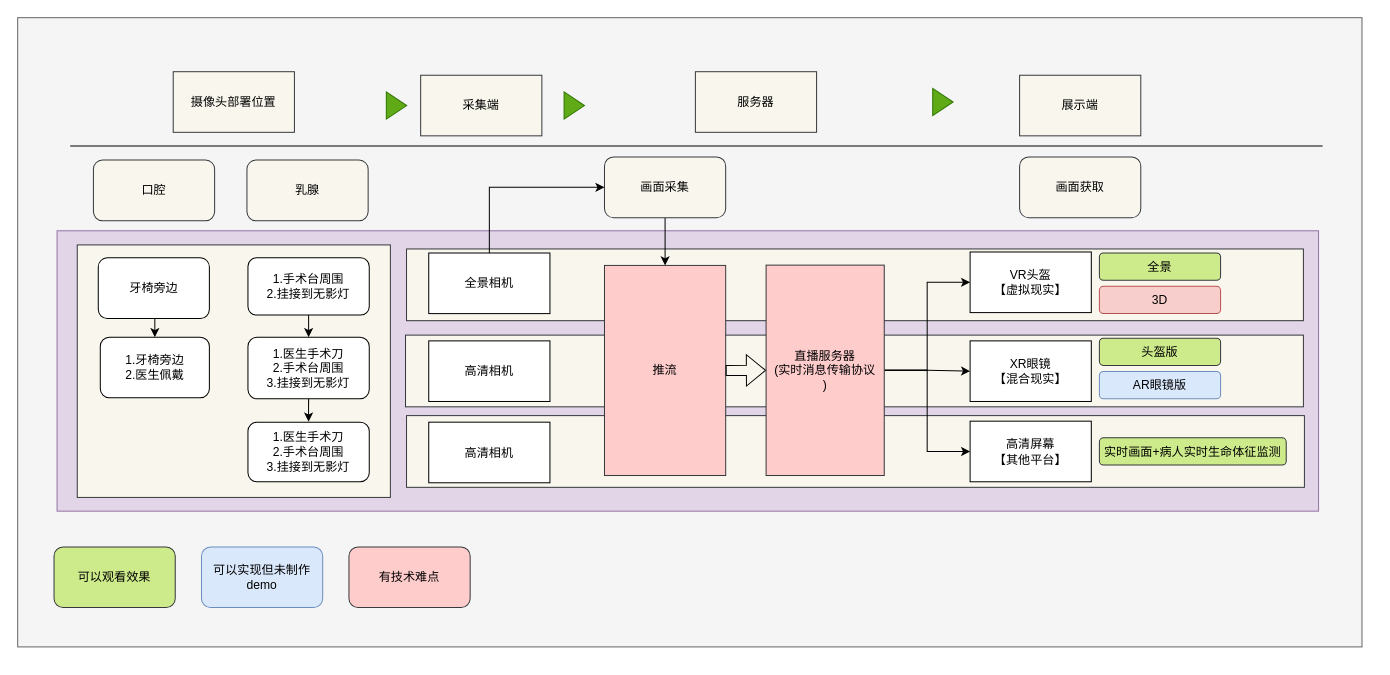
Before: 未命名绘图.drawio in 15140252710/OneGithubProject, a draw.io diagram. Source tidied: cells renumbered, new cells numbered last; positions are measured from the earlier drawing's top-left corner, leaving out a move shared by most shapes. Both pictures are drawn from the tidied source at 101%, with x=0, y=0 at pixel (17, 17).
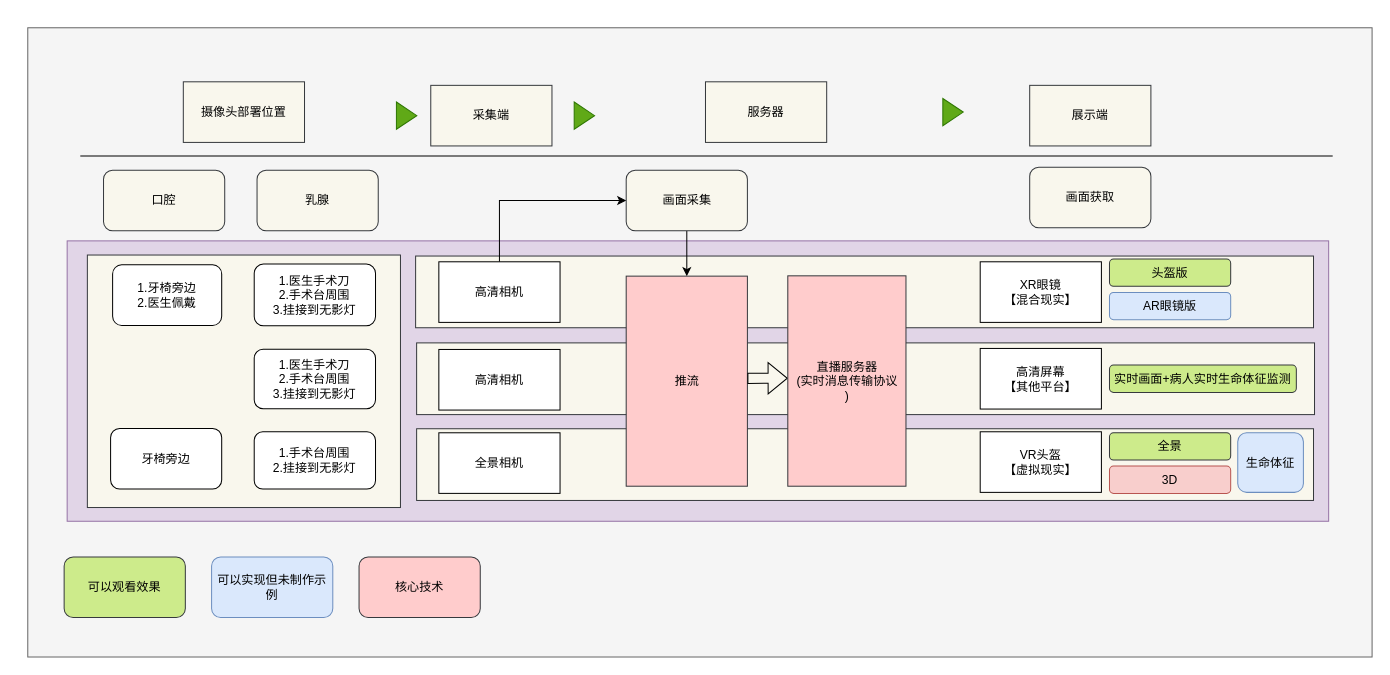
Above is the later version.

Commit message:
更新未命名绘图.drawio

Change to the diagram source:
```diff
@@
-    <mxCell id="2" style="whiteSpace=wrap;html=1;fillColor=#f5f5f5;strokeColor=#666666;fontColor=#333333;" parent="1" vertex="1">
-      <mxGeometry width="1331" height="623" as="geometry" />
-    </mxCell>
+    <mxCell id="50" style="whiteSpace=wrap;html=1;fillColor=#f5f5f5;strokeColor=#666666;fontColor=#333333;" parent="1" vertex="1">
+      <mxGeometry x="10" y="10" width="1331" height="623" as="geometry" />
+    </mxCell>
     <mxCell id="3" value="采集端" style="rounded=0;whiteSpace=wrap;html=1;fillColor=#f9f7ed;strokeColor=#36393d;" parent="1" vertex="1">
-      <mxGeometry x="399" y="57" width="120" height="60" as="geometry" />
+      <mxGeometry x="409" y="67" width="120" height="60" as="geometry" />
     </mxCell>
     <mxCell id="4" value="服务器" style="rounded=0;whiteSpace=wrap;html=1;fillColor=#f9f7ed;strokeColor=#36393d;" parent="1" vertex="1">
-      <mxGeometry x="671" y="53.5" width="120" height="60" as="geometry" />
+      <mxGeometry x="681" y="63.5" width="120" height="60" as="geometry" />
     </mxCell>
     <mxCell id="5" value="展示端" style="rounded=0;whiteSpace=wrap;html=1;fillColor=#f9f7ed;strokeColor=#36393d;" parent="1" vertex="1">
-      <mxGeometry x="992" y="57" width="120" height="60" as="geometry" />
+      <mxGeometry x="1002" y="67" width="120" height="60" as="geometry" />
     </mxCell>
     <mxCell id="6" value="摄像头部署位置" style="rounded=0;whiteSpace=wrap;html=1;fillColor=#f9f7ed;strokeColor=#36393d;" parent="1" vertex="1">
-      <mxGeometry x="154" y="53.5" width="120" height="60" as="geometry" />
+      <mxGeometry x="164" y="63.5" width="120" height="60" as="geometry" />
     </mxCell>
-    <mxCell id="7" style="rounded=0;whiteSpace=wrap;html=1;fillColor=#e1d5e7;strokeColor=#9673a6;" parent="1" vertex="1">
-      <mxGeometry x="39" y="211" width="1249" height="277.6" as="geometry" />
-    </mxCell>
-    <mxCell id="8" style="rounded=0;whiteSpace=wrap;html=1;fillColor=#f9f7ed;strokeColor=#36393d;" parent="1" vertex="1">
-      <mxGeometry x="385" y="394" width="889" height="71" as="geometry" />
-    </mxCell>
-    <mxCell id="9" style="rounded=0;whiteSpace=wrap;html=1;shadow=0;fillColor=#f9f7ed;strokeColor=#36393d;" parent="1" vertex="1">
-      <mxGeometry x="384" y="314.3" width="889" height="71" as="geometry" />
-    </mxCell>
-    <mxCell id="10" style="rounded=0;whiteSpace=wrap;html=1;fillColor=#f9f7ed;strokeColor=#36393d;" parent="1" vertex="1">
-      <mxGeometry x="385" y="229" width="888" height="71" as="geometry" />
-    </mxCell>
+    <mxCell id="51" style="rounded=0;whiteSpace=wrap;html=1;fillColor=#e1d5e7;strokeColor=#9673a6;" parent="1" vertex="1">
+      <mxGeometry x="49" y="221" width="1249" height="277.6" as="geometry" />
+    </mxCell>
+    <mxCell id="52" style="rounded=0;whiteSpace=wrap;html=1;fillColor=#f9f7ed;strokeColor=#36393d;" parent="1" vertex="1">
+      <mxGeometry x="395" y="322" width="889" height="71" as="geometry" />
+    </mxCell>
+    <mxCell id="53" style="rounded=0;whiteSpace=wrap;html=1;shadow=0;fillColor=#f9f7ed;strokeColor=#36393d;" parent="1" vertex="1">
+      <mxGeometry x="394" y="236" width="889" height="71" as="geometry" />
+    </mxCell>
+    <mxCell id="54" style="rounded=0;whiteSpace=wrap;html=1;fillColor=#f9f7ed;strokeColor=#36393d;" parent="1" vertex="1">
+      <mxGeometry x="395" y="407" width="888" height="71" as="geometry" />
+    </mxCell>
@@
     <mxCell id="12" value="画面采集" style="rounded=1;whiteSpace=wrap;html=1;fillColor=#f9f7ed;strokeColor=#36393d;" parent="1" vertex="1">
-      <mxGeometry x="581" y="138" width="120" height="60" as="geometry" />
+      <mxGeometry x="602.5" y="151" width="120" height="60" as="geometry" />
     </mxCell>
     <mxCell id="13" value="画面获取" style="rounded=1;whiteSpace=wrap;html=1;fillColor=#f9f7ed;strokeColor=#36393d;" parent="1" vertex="1">
-      <mxGeometry x="992" y="138" width="120" height="60" as="geometry" />
+      <mxGeometry x="1002" y="148" width="120" height="60" as="geometry" />
     </mxCell>
-    <mxCell id="14" style="endArrow=none;html=1;rounded=0;" parent="1" edge="1">
-      <mxGeometry relative="1" as="geometry">
-        <mxPoint x="52" y="127" as="sourcePoint" />
-        <mxPoint x="1292" y="127" as="targetPoint" />
-      </mxGeometry>
-    </mxCell>
-    <mxCell id="15" style="triangle;whiteSpace=wrap;html=1;fillColor=#60a917;fontColor=#ffffff;strokeColor=#2D7600;" parent="1" vertex="1">
-      <mxGeometry x="541" y="73.5" width="20.2" height="27" as="geometry" />
-    </mxCell>
-    <mxCell id="16" style="triangle;whiteSpace=wrap;html=1;fillColor=#60a917;fontColor=#ffffff;strokeColor=#2D7600;" parent="1" vertex="1">
-      <mxGeometry x="906" y="70" width="20.2" height="27" as="geometry" />
-    </mxCell>
-    <mxCell id="17" style="triangle;whiteSpace=wrap;html=1;fillColor=#60a917;fontColor=#ffffff;strokeColor=#2D7600;" parent="1" vertex="1">
-      <mxGeometry x="365" y="73.5" width="20.2" height="27" as="geometry" />
-    </mxCell>
-    <mxCell id="18" style="edgeStyle=orthogonalEdgeStyle;rounded=0;jettySize=auto;html=1;exitX=0.5;exitY=0;exitDx=0;exitDy=0;entryX=0;entryY=0.5;entryDx=0;entryDy=0;" parent="1" edge="1" source="19" target="12">
-      <mxGeometry relative="1" as="geometry" />
-    </mxCell>
+    <mxCell id="55" style="endArrow=none;html=1;rounded=0;" parent="1" edge="1">
+      <mxGeometry relative="1" as="geometry">
+        <mxPoint x="62" y="137" as="sourcePoint" />
+        <mxPoint x="1302" y="137" as="targetPoint" />
+      </mxGeometry>
+    </mxCell>
+    <mxCell id="56" style="triangle;whiteSpace=wrap;html=1;fillColor=#60a917;fontColor=#ffffff;strokeColor=#2D7600;" parent="1" vertex="1">
+      <mxGeometry x="551" y="83.5" width="20.2" height="27" as="geometry" />
+    </mxCell>
+    <mxCell id="57" style="triangle;whiteSpace=wrap;html=1;fillColor=#60a917;fontColor=#ffffff;strokeColor=#2D7600;" parent="1" vertex="1">
+      <mxGeometry x="916" y="80" width="20.2" height="27" as="geometry" />
+    </mxCell>
+    <mxCell id="58" style="triangle;whiteSpace=wrap;html=1;fillColor=#60a917;fontColor=#ffffff;strokeColor=#2D7600;" parent="1" vertex="1">
+      <mxGeometry x="375" y="83.5" width="20.2" height="27" as="geometry" />
+    </mxCell>
     <mxCell id="19" value="全景相机" style="rounded=0;whiteSpace=wrap;html=1;" parent="1" vertex="1">
-      <mxGeometry x="407" y="233" width="120" height="60" as="geometry" />
+      <mxGeometry x="417" y="411" width="120" height="60" as="geometry" />
     </mxCell>
-    <mxCell id="20" value="高清相机" style="rounded=0;whiteSpace=wrap;html=1;" parent="1" vertex="1">
-      <mxGeometry x="407" y="320" width="120" height="60" as="geometry" />
-    </mxCell>
-    <mxCell id="21" value="高清相机" style="rounded=0;whiteSpace=wrap;html=1;" parent="1" vertex="1">
-      <mxGeometry x="407" y="400.5" width="120" height="60" as="geometry" />
-    </mxCell>
+    <mxCell id="59" style="edgeStyle=orthogonalEdgeStyle;rounded=0;jettySize=auto;html=1;exitX=0.5;exitY=0;exitDx=0;exitDy=0;entryX=0;entryY=0.5;entryDx=0;entryDy=0;" parent="1" edge="1" source="60" target="12">
+      <mxGeometry relative="1" as="geometry" />
+    </mxCell>
+    <mxCell id="60" value="高清相机" style="rounded=0;whiteSpace=wrap;html=1;" parent="1" vertex="1">
+      <mxGeometry x="417" y="241.7" width="120" height="60" as="geometry" />
+    </mxCell>
+    <mxCell id="61" value="高清相机" style="rounded=0;whiteSpace=wrap;html=1;" parent="1" vertex="1">
+      <mxGeometry x="417" y="328.5" width="120" height="60" as="geometry" />
+    </mxCell>
     <mxCell id="22" value="推流" style="rounded=0;whiteSpace=wrap;html=1;fillColor=#ffcccc;strokeColor=#36393d;" parent="1" vertex="1">
-      <mxGeometry x="581" y="245.3" width="120" height="208" as="geometry" />
+      <mxGeometry x="602.5" y="255.9" width="120" height="208" as="geometry" />
     </mxCell>
-    <mxCell id="23" style="shape=flexArrow;endArrow=classic;html=1;rounded=0;exitX=1;exitY=0.5;exitDx=0;exitDy=0;entryX=0;entryY=0.5;entryDx=0;entryDy=0;" parent="1" edge="1" source="22" target="47">
-      <mxGeometry relative="1" as="geometry" />
-    </mxCell>
+    <mxCell id="62" style="shape=flexArrow;endArrow=classic;html=1;rounded=0;exitX=1;exitY=0.5;exitDx=0;exitDy=0;entryX=0;entryY=0.5;entryDx=0;entryDy=0;" parent="1" edge="1">
+      <mxGeometry relative="1" as="geometry">
+        <mxPoint x="722.5" y="357.1" as="sourcePoint" />
+        <mxPoint x="762.5" y="357" as="targetPoint" />
+      </mxGeometry>
+    </mxCell>
     <mxCell id="24" value="全景" style="rounded=1;whiteSpace=wrap;html=1;fillColor=#cdeb8b;strokeColor=#36393d;" parent="1" vertex="1">
-      <mxGeometry x="1071" y="233" width="120" height="27" as="geometry" />
+      <mxGeometry x="1081" y="411" width="120" height="27" as="geometry" />
     </mxCell>
     <mxCell id="25" value="3D" style="rounded=1;whiteSpace=wrap;html=1;fillColor=#f8cecc;strokeColor=#b85450;" parent="1" vertex="1">
-      <mxGeometry x="1071" y="266" width="120" height="27" as="geometry" />
+      <mxGeometry x="1081" y="444" width="120" height="27" as="geometry" />
     </mxCell>
     <mxCell id="26" value="头盔版" style="rounded=1;whiteSpace=wrap;html=1;fillColor=#cdeb8b;strokeColor=#36393d;" parent="1" vertex="1">
-      <mxGeometry x="1071" y="317.3" width="120" height="27" as="geometry" />
+      <mxGeometry x="1081" y="239" width="120" height="27" as="geometry" />
     </mxCell>
     <mxCell id="27" value="AR眼镜版" style="rounded=1;whiteSpace=wrap;html=1;fillColor=#dae8fc;strokeColor=#6c8ebf;" parent="1" vertex="1">
-      <mxGeometry x="1071" y="350.3" width="120" height="27" as="geometry" />
+      <mxGeometry x="1081" y="272" width="120" height="27" as="geometry" />
     </mxCell>
     <mxCell id="28" value="可以观看效果" style="rounded=1;whiteSpace=wrap;html=1;fillColor=#cdeb8b;strokeColor=#36393d;" parent="1" vertex="1">
-      <mxGeometry x="36" y="524" width="120" height="60" as="geometry" />
+      <mxGeometry x="46" y="534" width="120" height="60" as="geometry" />
     </mxCell>
-    <mxCell id="29" value="可以实现但未制作demo" style="rounded=1;whiteSpace=wrap;html=1;fillColor=#dae8fc;strokeColor=#6c8ebf;" parent="1" vertex="1">
-      <mxGeometry x="182" y="524" width="120" height="60" as="geometry" />
-    </mxCell>
-    <mxCell id="30" value="有技术难点" style="rounded=1;whiteSpace=wrap;html=1;fillColor=#ffcccc;strokeColor=#36393d;" parent="1" vertex="1">
-      <mxGeometry x="328" y="524" width="120" height="60" as="geometry" />
-    </mxCell>
+    <mxCell id="63" value="可以实现但未制作示例" style="rounded=1;whiteSpace=wrap;html=1;fillColor=#dae8fc;strokeColor=#6c8ebf;" parent="1" vertex="1">
+      <mxGeometry x="192" y="534" width="120" height="60" as="geometry" />
+    </mxCell>
+    <mxCell id="64" value="核心技术" style="rounded=1;whiteSpace=wrap;html=1;fillColor=#ffcccc;strokeColor=#36393d;" parent="1" vertex="1">
+      <mxGeometry x="338" y="534" width="120" height="60" as="geometry" />
+    </mxCell>
     <mxCell id="31" value="口腔" style="rounded=1;whiteSpace=wrap;html=1;fillColor=#f9f7ed;strokeColor=#36393d;" parent="1" vertex="1">
-      <mxGeometry x="75" y="141" width="120" height="60" as="geometry" />
+      <mxGeometry x="85" y="151" width="120" height="60" as="geometry" />
     </mxCell>
     <mxCell id="32" value="乳腺" style="rounded=1;whiteSpace=wrap;html=1;fillColor=#f9f7ed;strokeColor=#36393d;" parent="1" vertex="1">
-      <mxGeometry x="227" y="141" width="120" height="60" as="geometry" />
+      <mxGeometry x="237" y="151" width="120" height="60" as="geometry" />
     </mxCell>
     <mxCell id="33" value="XR眼镜&lt;br&gt;【混合现实】" style="rounded=0;whiteSpace=wrap;html=1;" parent="1" vertex="1">
-      <mxGeometry x="943" y="320" width="120" height="60" as="geometry" />
+      <mxGeometry x="953" y="241.7" width="120" height="60" as="geometry" />
     </mxCell>
     <mxCell id="34" value="VR头盔&lt;br&gt;【虚拟现实】" style="rounded=0;whiteSpace=wrap;html=1;" parent="1" vertex="1">
-      <mxGeometry x="943" y="232" width="120" height="60" as="geometry" />
+      <mxGeometry x="953" y="410" width="120" height="60" as="geometry" />
     </mxCell>
-    <mxCell id="35" style="group;fillColor=#f9f7ed;strokeColor=#36393d;shadow=0;rounded=0;glass=0;" parent="1" vertex="1">
-      <mxGeometry x="59" y="225" width="310" height="250" as="geometry" />
-    </mxCell>
-    <mxCell id="36" style="edgeStyle=orthogonalEdgeStyle;rounded=0;jettySize=auto;html=1;exitX=0.5;exitY=1;exitDx=0;exitDy=0;entryX=0.5;entryY=0;entryDx=0;entryDy=0;" parent="35" edge="1" source="37" target="38">
-      <mxGeometry relative="1" as="geometry" />
-    </mxCell>
+    <mxCell id="65" style="group;fillColor=#f9f7ed;strokeColor=#36393d;shadow=0;rounded=0;glass=0;" parent="1" vertex="1">
+      <mxGeometry x="69" y="235" width="310" height="250" as="geometry" />
+    </mxCell>
-    <mxCell id="37" value="牙椅旁边" style="rounded=1;whiteSpace=wrap;html=1;shadow=0;" parent="35" vertex="1">
-      <mxGeometry x="20.8" y="12.8" width="110" height="60" as="geometry" />
+    <mxCell id="37" value="牙椅旁边" style="rounded=1;whiteSpace=wrap;html=1;shadow=0;" parent="65" vertex="1">
+      <mxGeometry x="23" y="171.7" width="110" height="60" as="geometry" />
     </mxCell>
-    <mxCell id="38" value="1.牙椅旁边&lt;br&gt;2.医生佩戴" style="rounded=1;whiteSpace=wrap;html=1;shadow=0;" parent="35" vertex="1">
-      <mxGeometry x="22.8" y="91.3" width="108" height="60" as="geometry" />
+    <mxCell id="38" value="1.牙椅旁边&lt;br&gt;2.医生佩戴" style="rounded=1;whiteSpace=wrap;html=1;shadow=0;" parent="65" vertex="1">
+      <mxGeometry x="25" y="9.7" width="108" height="60" as="geometry" />
     </mxCell>
-    <mxCell id="39" style="edgeStyle=orthogonalEdgeStyle;rounded=0;jettySize=auto;html=1;exitX=0.5;exitY=1;exitDx=0;exitDy=0;entryX=0.5;entryY=0;entryDx=0;entryDy=0;" parent="35" edge="1" source="40" target="42">
-      <mxGeometry relative="1" as="geometry" />
-    </mxCell>
-    <mxCell id="40" value="1.手术台周围&lt;br&gt;2.挂接到无影灯" style="rounded=1;whiteSpace=wrap;html=1;imageAspect=1;shadow=0;glass=0;" parent="35" vertex="1">
-      <mxGeometry x="169" y="12.8" width="120.1" height="56.7" as="geometry" />
+    <mxCell id="40" value="1.手术台周围&lt;br&gt;2.挂接到无影灯" style="rounded=1;whiteSpace=wrap;html=1;imageAspect=1;shadow=0;glass=0;" parent="65" vertex="1">
+      <mxGeometry x="165.2" y="175" width="120.1" height="56.7" as="geometry" />
     </mxCell>
-    <mxCell id="41" style="edgeStyle=orthogonalEdgeStyle;rounded=0;jettySize=auto;html=1;exitX=0.5;exitY=1;exitDx=0;exitDy=0;" parent="35" edge="1" source="42">
-      <mxGeometry relative="1" as="geometry">
-        <mxPoint x="229" y="175" as="targetPoint" />
-      </mxGeometry>
-    </mxCell>
-    <mxCell id="42" value="1.医生手术刀&lt;br&gt;2.手术台周围&lt;br&gt;3.挂接到无影灯" style="rounded=1;whiteSpace=wrap;html=1;shadow=0;" parent="35" vertex="1">
-      <mxGeometry x="169" y="91.3" width="120.1" height="61" as="geometry" />
-    </mxCell>
-    <mxCell id="43" value="1.医生手术刀&lt;br&gt;2.手术台周围&lt;br&gt;3.挂接到无影灯" style="rounded=1;whiteSpace=wrap;html=1;shadow=0;" parent="35" vertex="1">
-      <mxGeometry x="169" y="175.5" width="120.1" height="59" as="geometry" />
-    </mxCell>
-    <mxCell id="44" style="edgeStyle=orthogonalEdgeStyle;rounded=0;jettySize=auto;html=1;exitX=1;exitY=0.5;exitDx=0;exitDy=0;" parent="1" edge="1" source="47" target="34">
-      <mxGeometry relative="1" as="geometry" />
-    </mxCell>
-    <mxCell id="45" style="edgeStyle=orthogonalEdgeStyle;rounded=0;jettySize=auto;html=1;exitX=1;exitY=0.5;exitDx=0;exitDy=0;entryX=0;entryY=0.5;entryDx=0;entryDy=0;" parent="1" edge="1" source="47" target="33">
-      <mxGeometry relative="1" as="geometry" />
-    </mxCell>
-    <mxCell id="46" style="edgeStyle=orthogonalEdgeStyle;rounded=0;jettySize=auto;html=1;exitX=1;exitY=0.5;exitDx=0;exitDy=0;entryX=0;entryY=0.5;entryDx=0;entryDy=0;" parent="1" edge="1" source="47" target="48">
-      <mxGeometry relative="1" as="geometry" />
-    </mxCell>
+    <mxCell id="66" value="1.医生手术刀&lt;br&gt;2.手术台周围&lt;br&gt;3.挂接到无影灯" style="rounded=1;whiteSpace=wrap;html=1;shadow=0;" parent="65" vertex="1">
+      <mxGeometry x="165.2" y="9" width="120.1" height="61" as="geometry" />
+    </mxCell>
+    <mxCell id="67" value="1.医生手术刀&lt;br&gt;2.手术台周围&lt;br&gt;3.挂接到无影灯" style="rounded=1;whiteSpace=wrap;html=1;shadow=0;" parent="65" vertex="1">
+      <mxGeometry x="165.2" y="93.2" width="120.1" height="59" as="geometry" />
+    </mxCell>
     <mxCell id="47" value="直播服务器&lt;br&gt;(实时消息传输协议&lt;br&gt;)" style="rounded=0;whiteSpace=wrap;html=1;fillColor=#ffcccc;strokeColor=#36393d;align=center;" parent="1" vertex="1">
-      <mxGeometry x="741" y="245" width="117" height="208.3" as="geometry" />
+      <mxGeometry x="762.5" y="255.6" width="117" height="208.3" as="geometry" />
     </mxCell>
     <mxCell id="48" value="高清屏幕&lt;br&gt;【其他平台】" style="rounded=0;whiteSpace=wrap;html=1;" parent="1" vertex="1">
-      <mxGeometry x="943" y="399.5" width="120" height="60" as="geometry" />
+      <mxGeometry x="953" y="327.5" width="120" height="60" as="geometry" />
     </mxCell>
     <mxCell id="49" value="实时画面+病人实时生命体征监测" style="rounded=1;whiteSpace=wrap;html=1;fillColor=#cdeb8b;strokeColor=#36393d;" parent="1" vertex="1">
-      <mxGeometry x="1071" y="416" width="185" height="27" as="geometry" />
+      <mxGeometry x="1081" y="344" width="185" height="27" as="geometry" />
     </mxCell>
+    <mxCell id="68" value="生命体征" style="rounded=1;whiteSpace=wrap;html=1;fillColor=#dae8fc;strokeColor=#6c8ebf;" parent="1" vertex="1">
+      <mxGeometry x="1208" y="411" width="65" height="59" as="geometry" />
+    </mxCell>
```
